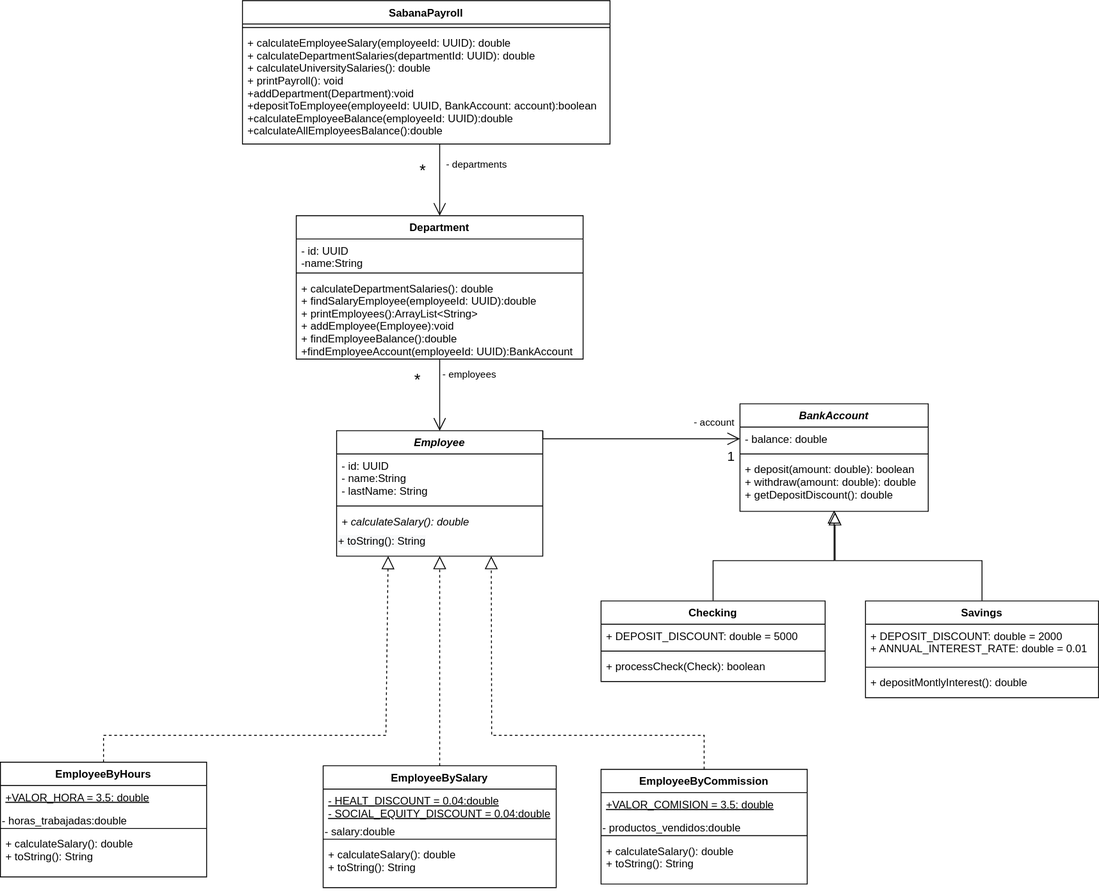
Before: img/UMLP4.svg, a diagram exported from draw.io (Dap20040812/PRADO-VALDERRAMA-CHACHATI-SABANA-POOB-2021-1-LAB-ABSTRACT-CLASS). Source tidied: cells renumbered, new cells last; positions are measured from the earlier drawing's top-left corner, leaving out a move shared by most shapes.
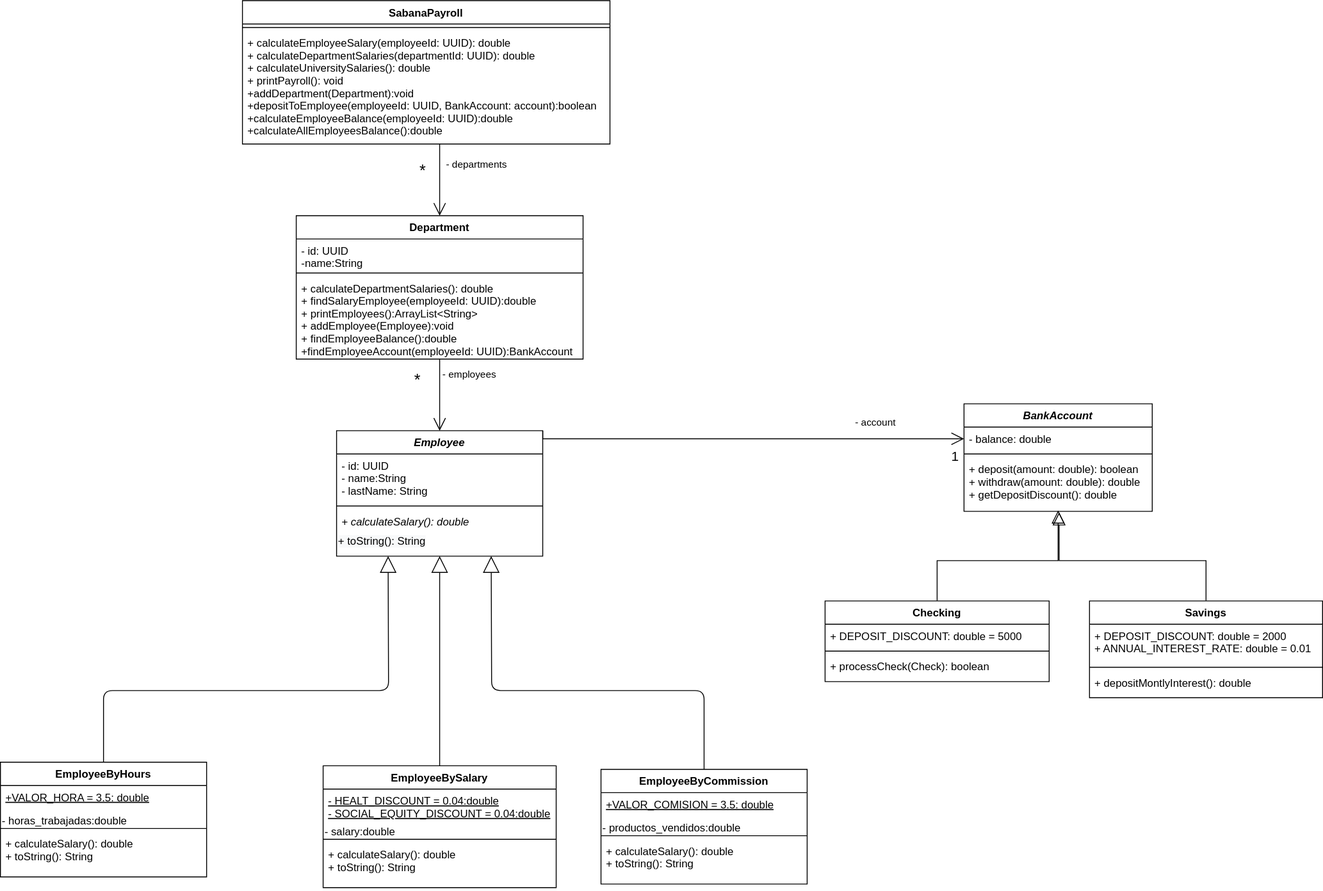
Above is the later version.

Commit message:
COreccion UML parte 2 y 4

Change to the diagram source:
```diff
@@ -114,27 +114,8 @@
     <mxCell id="34" value="+ calculateSalary(): double&#10;+ toString(): String" style="text;strokeColor=none;fillColor=none;align=left;verticalAlign=top;spacingLeft=4;spacingRight=4;overflow=hidden;" parent="30" vertex="1">
       <mxGeometry y="78" width="230" height="50" as="geometry" />
     </mxCell>
-    <mxCell id="35" style="endArrow=block;dashed=1;endFill=0;endSize=12;html=1;exitX=0.5;exitY=0;exitDx=0;exitDy=0;entryX=0.25;entryY=1;entryDx=0;entryDy=0;rounded=0;" parent="1" edge="1" source="20" target="17">
-      <mxGeometry relative="1" as="geometry">
-        <Array as="points">
-          <mxPoint x="115" y="820" />
-          <mxPoint x="430" y="820" />
-        </Array>
-      </mxGeometry>
-    </mxCell>
-    <mxCell id="36" style="endArrow=block;dashed=1;endFill=0;endSize=12;html=1;exitX=0.5;exitY=0;exitDx=0;exitDy=0;entryX=0.75;entryY=1;entryDx=0;entryDy=0;rounded=0;" parent="1" edge="1" source="30" target="17">
-      <mxGeometry relative="1" as="geometry">
-        <Array as="points">
-          <mxPoint x="785" y="820" />
-          <mxPoint x="548" y="820" />
-        </Array>
-      </mxGeometry>
-    </mxCell>
-    <mxCell id="37" style="endArrow=block;dashed=1;endFill=0;endSize=12;html=1;exitX=0.5;exitY=0;exitDx=0;exitDy=0;entryX=0.5;entryY=1;entryDx=0;entryDy=0;rounded=0;" parent="1" edge="1" source="25" target="17">
-      <mxGeometry relative="1" as="geometry" />
-    </mxCell>
     <mxCell id="38" value="BankAccount&#10;" style="swimlane;fontStyle=3;align=center;verticalAlign=top;horizontal=1;startSize=26;" parent="1" vertex="1">
-      <mxGeometry x="825" y="450" width="210" height="120" as="geometry" />
+      <mxGeometry x="1075" y="450" width="210" height="120" as="geometry" />
     </mxCell>
     <mxCell id="39" value="- balance: double" style="text;strokeColor=none;fillColor=none;align=left;verticalAlign=top;spacingLeft=4;spacingRight=4;overflow=hidden;points=[[0,0.5],[1,0.5]];portConstraint=eastwest;" parent="38" vertex="1">
       <mxGeometry y="26" width="210" height="26" as="geometry" />
@@ -149,7 +130,7 @@
       <mxGeometry relative="1" as="geometry" />
     </mxCell>
     <mxCell id="43" value="Checking" style="swimlane;fontStyle=1;align=center;verticalAlign=top;horizontal=1;startSize=26;" parent="1" vertex="1">
-      <mxGeometry x="670" y="670" width="250" height="90" as="geometry" />
+      <mxGeometry x="920" y="670" width="250" height="90" as="geometry" />
     </mxCell>
     <mxCell id="44" value="+ DEPOSIT_DISCOUNT: double = 5000" style="text;strokeColor=none;fillColor=none;align=left;verticalAlign=top;spacingLeft=4;spacingRight=4;overflow=hidden;" parent="43" vertex="1">
       <mxGeometry y="26" width="250" height="26" as="geometry" />
@@ -163,13 +144,13 @@
     <mxCell id="47" style="edgeStyle=orthogonalEdgeStyle;rounded=0;jettySize=auto;html=1;endArrow=block;endFill=0;endSize=12;strokeWidth=1;entryX=0.505;entryY=1.017;entryDx=0;entryDy=0;entryPerimeter=0;" parent="1" edge="1" source="48" target="41">
       <mxGeometry relative="1" as="geometry">
         <Array as="points">
-          <mxPoint x="1095" y="625" />
-          <mxPoint x="931" y="625" />
+          <mxPoint x="1345" y="625" />
+          <mxPoint x="1181" y="625" />
         </Array>
       </mxGeometry>
     </mxCell>
     <mxCell id="48" value="Savings" style="swimlane;fontStyle=1;align=center;verticalAlign=top;horizontal=1;startSize=26;" parent="1" vertex="1">
-      <mxGeometry x="965" y="670" width="260" height="108" as="geometry" />
+      <mxGeometry x="1215" y="670" width="260" height="108" as="geometry" />
     </mxCell>
     <mxCell id="49" value="+ DEPOSIT_DISCOUNT: double = 2000&#10;+ ANNUAL_INTEREST_RATE: double = 0.01" style="text;strokeColor=none;fillColor=none;align=left;verticalAlign=top;spacingLeft=4;spacingRight=4;overflow=hidden;" parent="48" vertex="1">
       <mxGeometry y="26" width="260" height="44" as="geometry" />
@@ -193,9 +174,28 @@
       </mxGeometry>
     </mxCell>
     <mxCell id="54" value="1" style="edgeLabel;html=1;align=center;verticalAlign=middle;fontSize=15;" parent="1" vertex="1">
-      <mxGeometry x="785" y="510" as="geometry">
+      <mxGeometry x="1035" y="510" as="geometry">
         <mxPoint x="29" y="-3" as="offset" />
       </mxGeometry>
     </mxCell>
+    <mxCell id="37" style="endArrow=block;endSize=16;endFill=0;html=1;exitX=0.5;exitY=0;exitDx=0;exitDy=0;entryX=0.5;entryY=1;entryDx=0;entryDy=0;" parent="1" edge="1" source="25" target="17">
+      <mxGeometry relative="1" as="geometry" />
+    </mxCell>
+    <mxCell id="36" style="endArrow=block;endSize=16;endFill=0;html=1;entryX=0.75;entryY=1;entryDx=0;entryDy=0;exitX=0.5;exitY=0;exitDx=0;exitDy=0;" parent="1" edge="1" source="30" target="17">
+      <mxGeometry relative="1" as="geometry">
+        <Array as="points">
+          <mxPoint x="785" y="770" />
+          <mxPoint x="548" y="770" />
+        </Array>
+      </mxGeometry>
+    </mxCell>
+    <mxCell id="35" style="endArrow=block;endSize=16;endFill=0;html=1;exitX=0.5;exitY=0;exitDx=0;exitDy=0;entryX=0.25;entryY=1;entryDx=0;entryDy=0;" parent="1" edge="1" source="20" target="17">
+      <mxGeometry relative="1" as="geometry">
+        <Array as="points">
+          <mxPoint x="115" y="770" />
+          <mxPoint x="433" y="770" />
+        </Array>
+      </mxGeometry>
+    </mxCell>
   </root>
 </mxGraphModel>
```
